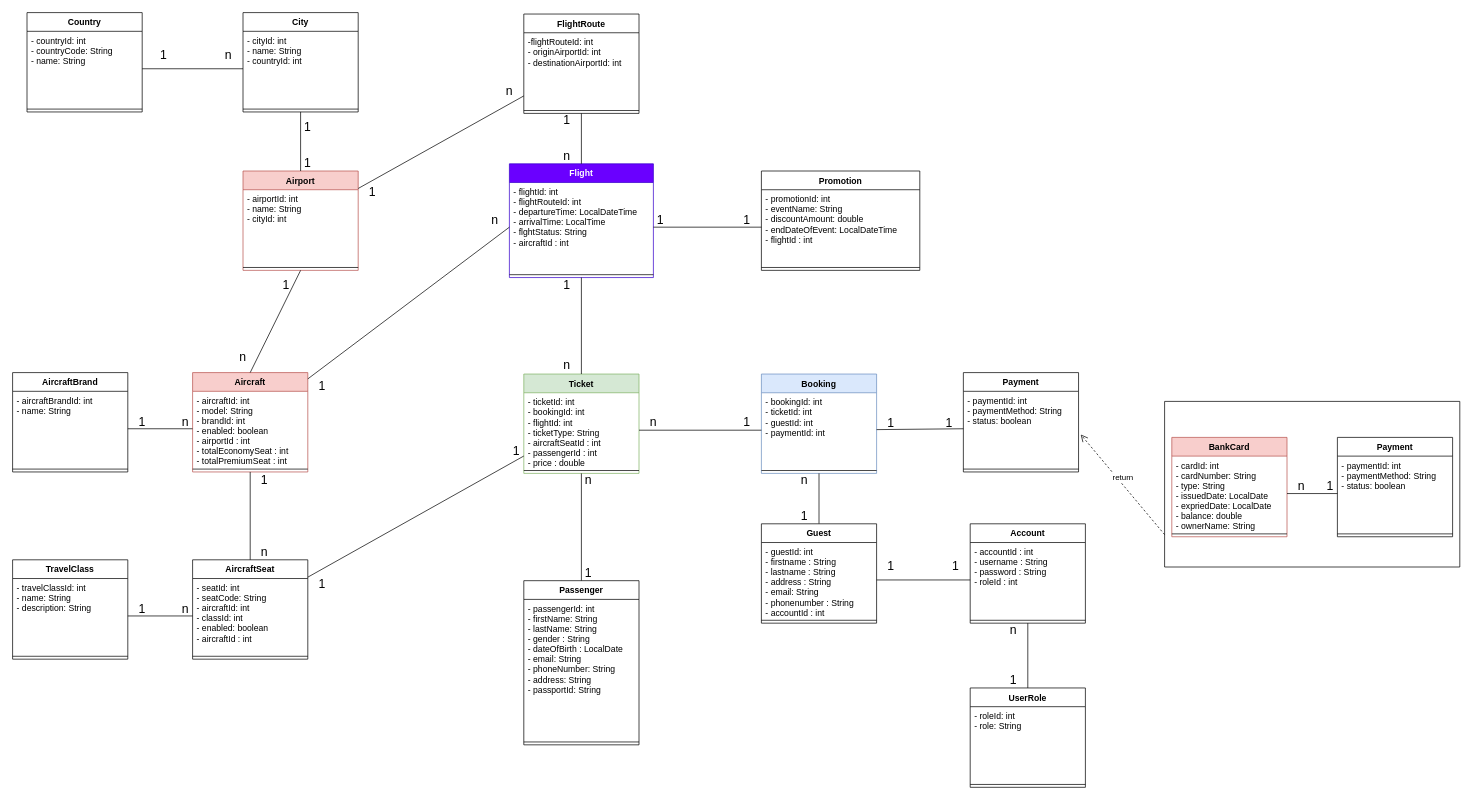
The draw.io diagram page "Page-3" (3 of 4) of Design (1).drawio in Minh-Huy-FlightBooking/flightbookingsystem, before the edit. Source tidied: cells renumbered, new cells numbered last; positions are measured from the earlier drawing's top-left corner, leaving out a move shared by most shapes. Both pictures are drawn from the tidied source at 72%, with x=0, y=0 at pixel (12, 12).
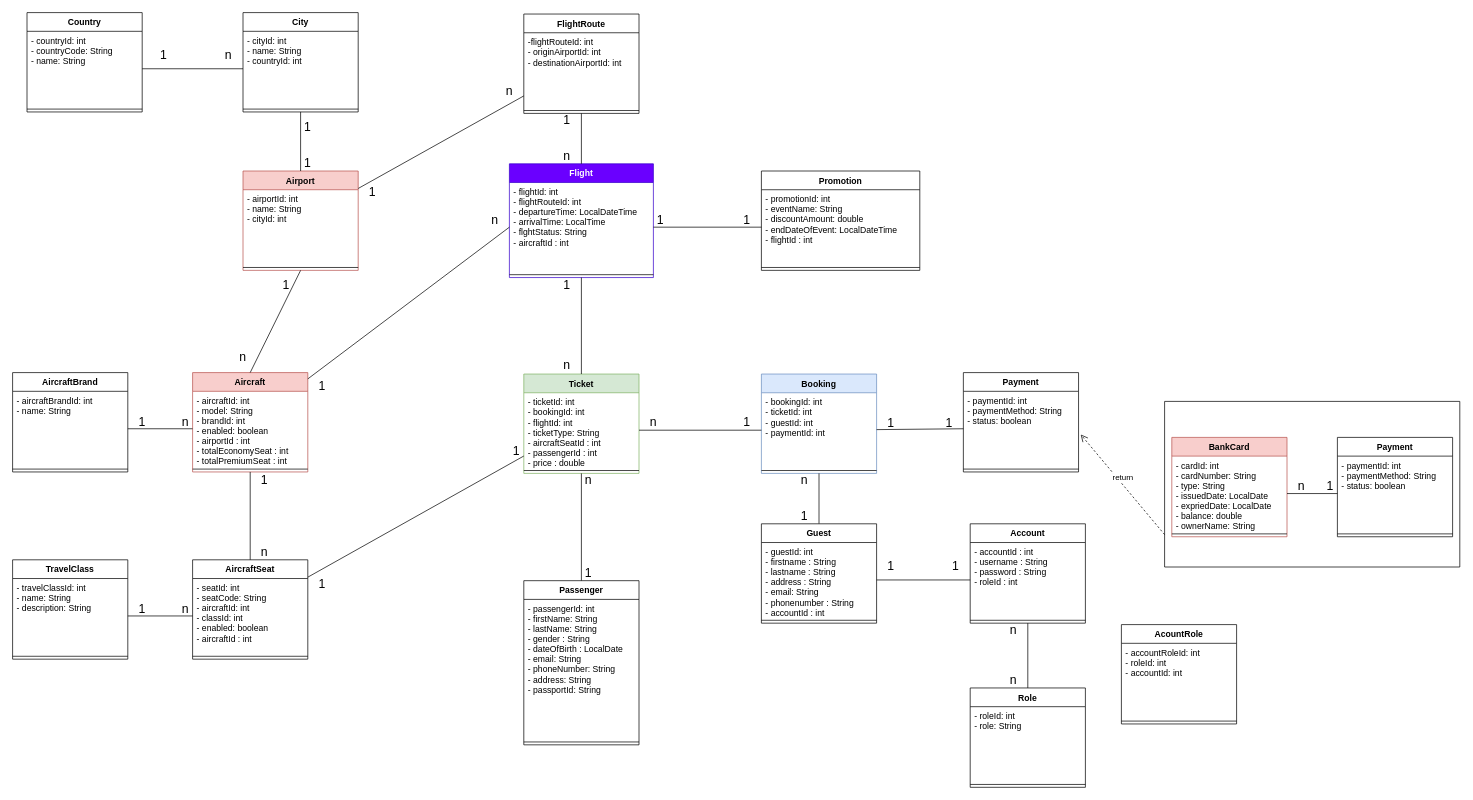
Above is the later version.

The edit, as a diff of the source:
```diff
@@
-    <mxCell id="41" value="UserRole" style="swimlane;fontStyle=1;align=center;verticalAlign=top;horizontal=1;startSize=26;" parent="1" vertex="1">
+    <mxCell id="41" value="Role" style="swimlane;fontStyle=1;align=center;verticalAlign=top;horizontal=1;startSize=26;" parent="1" vertex="1">
       <mxGeometry x="1330" y="938" width="160" height="138" as="geometry" />
     </mxCell>
@@
-    <mxCell id="102" value="1" style="text;html=1;strokeColor=none;fillColor=none;align=center;verticalAlign=middle;whiteSpace=wrap;rounded=0;fontSize=17;" parent="1" vertex="1">
+    <mxCell id="102" value="n" style="text;html=1;strokeColor=none;fillColor=none;align=center;verticalAlign=middle;whiteSpace=wrap;rounded=0;fontSize=17;" parent="1" vertex="1">
       <mxGeometry x="1370" y="918" width="40" height="20" as="geometry" />
     </mxCell>
@@
+    <mxCell id="121" value="AcountRole" style="swimlane;fontStyle=1;align=center;verticalAlign=top;horizontal=1;startSize=26;" parent="1" vertex="1">
+      <mxGeometry x="1540" y="850" width="160" height="138" as="geometry" />
+    </mxCell>
+    <mxCell id="122" value="- accountRoleId: int&#10;- roleId: int&#10;- accountId: int" style="text;strokeColor=none;fillColor=none;align=left;verticalAlign=top;spacingLeft=4;spacingRight=4;overflow=hidden;" parent="121" vertex="1">
+      <mxGeometry y="26" width="160" height="104" as="geometry" />
+    </mxCell>
+    <mxCell id="123" style="line;strokeWidth=1;fillColor=none;align=left;verticalAlign=middle;spacingTop=-1;spacingLeft=3;spacingRight=3;labelPosition=right;" parent="121" vertex="1">
+      <mxGeometry y="130" width="160" height="8" as="geometry" />
+    </mxCell>
```
